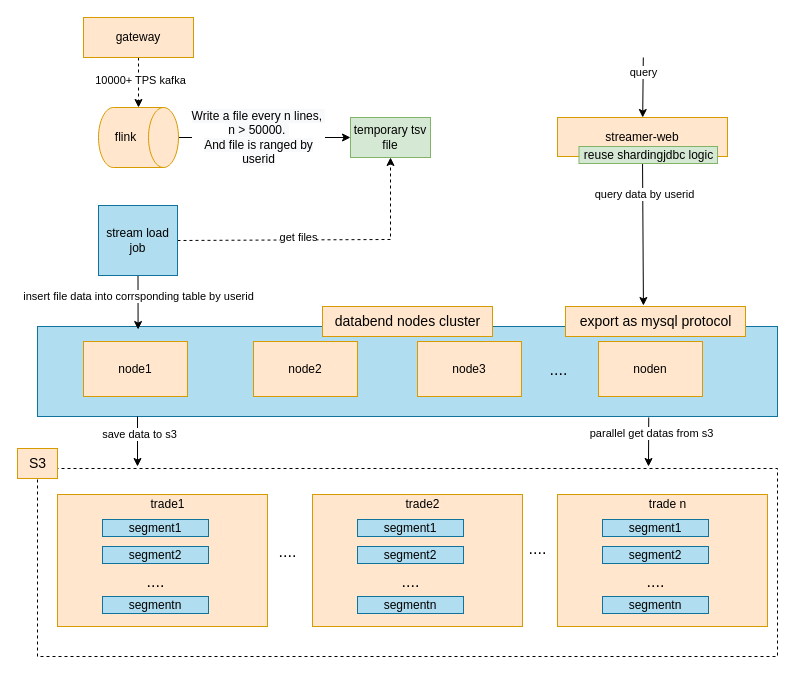
The draw.io diagram page "第 3 页" (3 of 3) of doc/用户行为日志.drawio in jackjoesh/databend, before the edit. Source tidied: cells renumbered, new cells numbered last; positions are measured from the earlier drawing's top-left corner, leaving out a move shared by most shapes. Both pictures are drawn from the tidied source at 100%, with x=0, y=0 at pixel (17, 17).
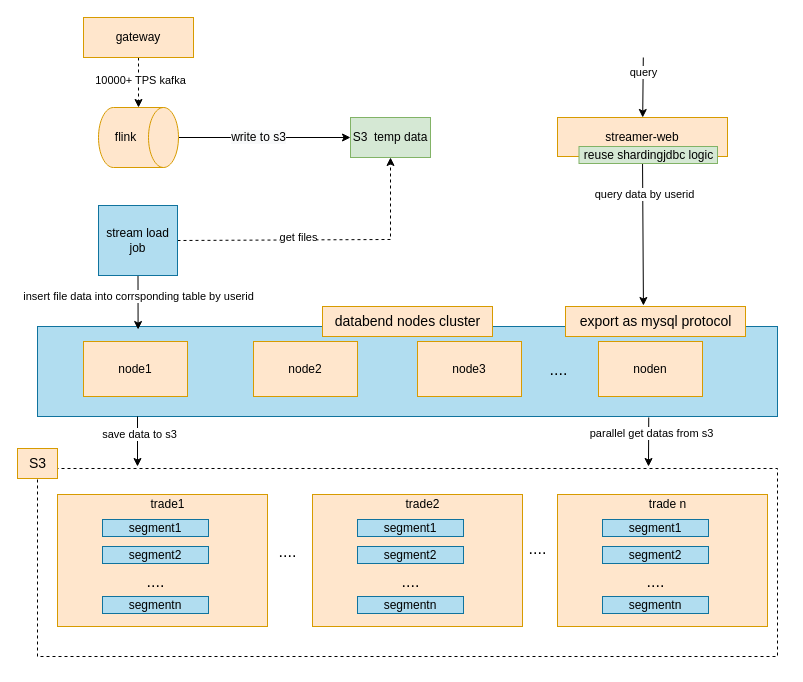
After the change.

The change refers to these unchanged cells:
```xml
<mxCell id="6" style="edgeStyle=none;rounded=0;jettySize=auto;html=1;exitX=0.5;exitY=0;exitDx=0;exitDy=0;exitPerimeter=0;entryX=0;entryY=0.5;entryDx=0;entryDy=0;" parent="1" edge="1" source="8" target="4">
  <mxGeometry relative="1" as="geometry" />
</mxCell>
```

Change to the diagram source:
```diff
@@
-    <mxCell id="4" value="temporary tsv file" style="rounded=0;whiteSpace=wrap;html=1;fillColor=#d5e8d4;strokeColor=#82b366;" parent="1" vertex="1">
+    <mxCell id="4" value="S3&amp;nbsp; temp data" style="rounded=0;whiteSpace=wrap;html=1;fillColor=#d5e8d4;strokeColor=#82b366;" parent="1" vertex="1">
       <mxGeometry x="333" y="100" width="80" height="40" as="geometry" />
     </mxCell>
@@
-    <mxCell id="7" value="&lt;span style=&quot;font-size: 12px; background-color: rgb(248, 249, 250);&quot;&gt;Write a file every n lines,&amp;nbsp;&lt;br&gt;n &amp;gt; 50000.&amp;nbsp; &lt;br&gt;And file is ranged by&lt;br&gt;userid&lt;br&gt;&lt;/span&gt;" style="edgeLabel;html=1;align=center;verticalAlign=middle;" parent="6" vertex="1">
+    <mxCell id="7" value="&lt;span style=&quot;font-size: 12px; background-color: rgb(248, 249, 250);&quot;&gt;write to s3&lt;br&gt;&lt;/span&gt;" style="edgeLabel;html=1;align=center;verticalAlign=middle;" parent="6" vertex="1">
       <mxGeometry x="0.38" y="1" relative="1" as="geometry">
         <mxPoint x="-40" as="offset" />
       </mxGeometry>
     </mxCell>
```
